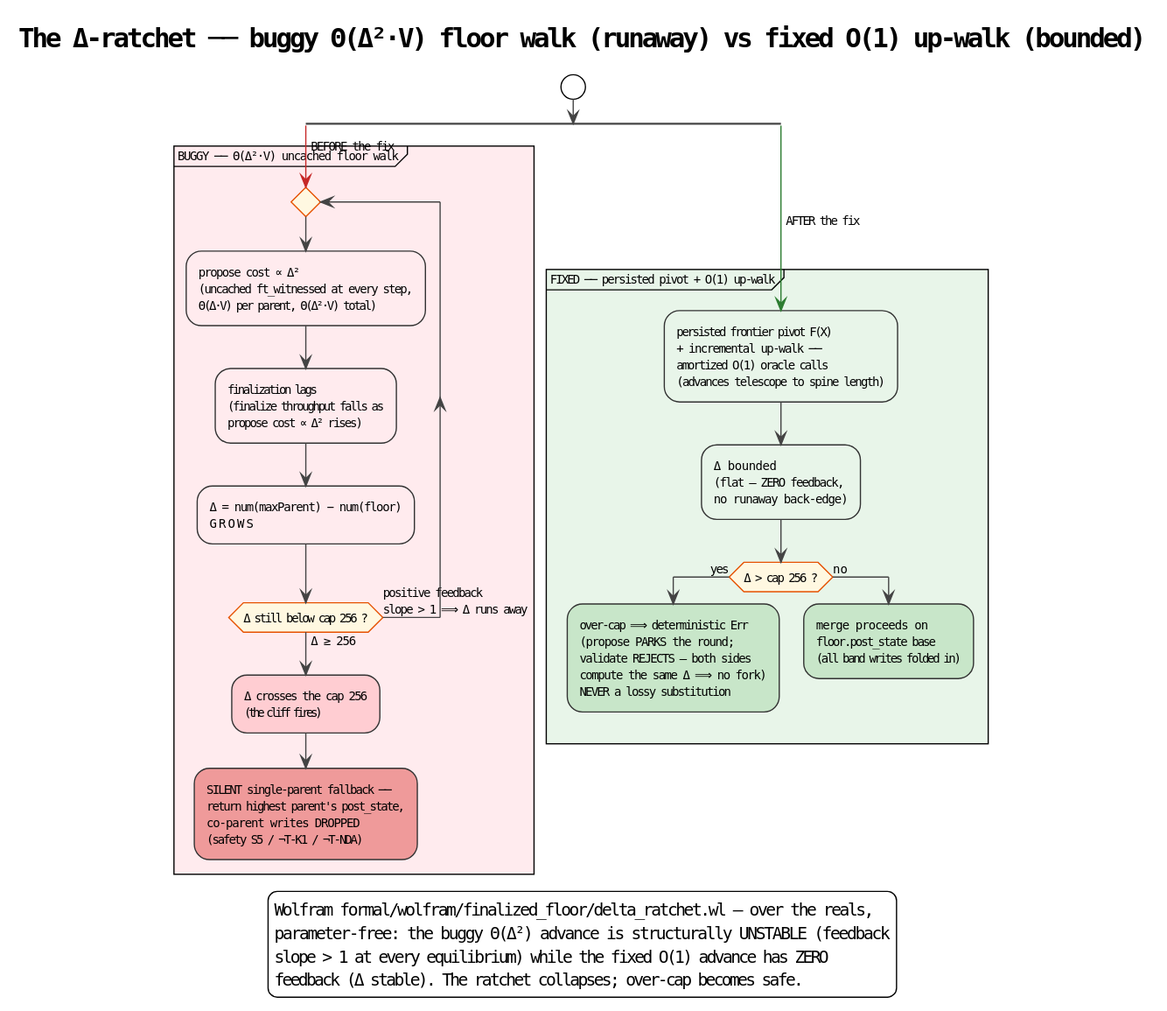
The PlantUML diagram docs/theory/finalized-floor/diagrams/03-delta-ratchet.svg in F1R3FLY-io/f1r3node-rust, before a commit.
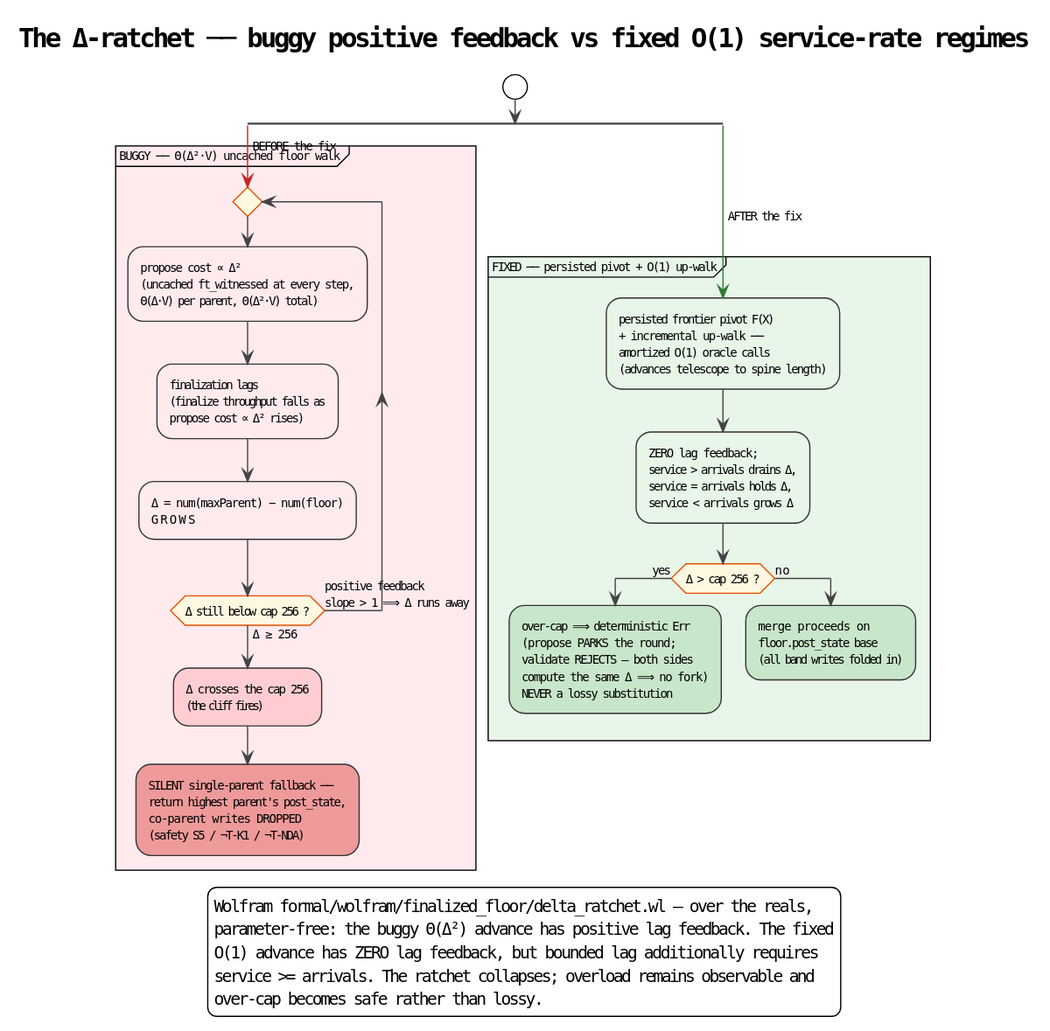
After the change.

What changed in the source:
```diff
@@ -11,7 +11,7 @@
 skinparam defaultFontName "monospace"
 skinparam defaultFontSize 10
 
-title The Δ-ratchet ── buggy Θ(Δ²·V) floor walk (runaway) vs fixed O(1) up-walk (bounded)
+title The Δ-ratchet ── buggy positive feedback vs fixed O(1) service-rate regimes
 
 
 start
@@ -31,7 +31,7 @@
   -[#2E7D32]-> AFTER the fix;
   partition "FIXED ── persisted pivot + O(1) up-walk" #E8F5E9 {
     :persisted frontier pivot F(X)\n+ incremental up-walk ──\namortized O(1) oracle calls\n(advances telescope to spine length); <<#E8F5E9>>
-    :Δ bounded\n(flat — ZERO feedback,\nno runaway back-edge); <<#E8F5E9>>
+    :ZERO lag feedback;\nservice > arrivals drains Δ,\nservice = arrivals holds Δ,\nservice < arrivals grows Δ; <<#E8F5E9>>
     if (Δ > cap 256 ?) then (yes)
       :over-cap ⟹ deterministic Err\n(propose PARKS the round;\nvalidate REJECTS — both sides\ncompute the same Δ ⟹ no fork)\nNEVER a lossy substitution; <<#C8E6C9>>
       kill
@@ -44,8 +44,9 @@
 
 legend bottom
   Wolfram  formal/wolfram/finalized_floor/delta_ratchet.wl — over the reals,
-  parameter-free: the buggy Θ(Δ²) advance is structurally UNSTABLE (feedback
-  slope > 1 at every equilibrium) while the fixed O(1) advance has ZERO
-  feedback (Δ stable). The ratchet collapses; over-cap becomes safe.
+  parameter-free: the buggy Θ(Δ²) advance has positive lag feedback. The fixed
+  O(1) advance has ZERO lag feedback, but bounded lag additionally requires
+  service >= arrivals. The ratchet collapses; overload remains observable and
+  over-cap becomes safe rather than lossy.
 endlegend
 @enduml
```
